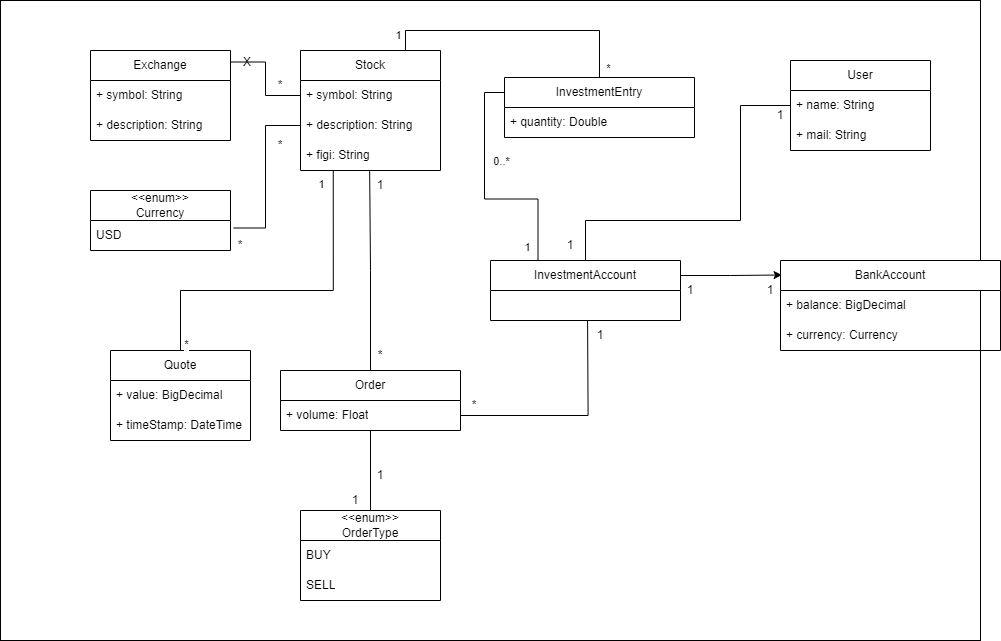
Before: doc/diagrams/domaenenmodell.png, a diagram exported from draw.io (djthomann/FinancePepjekt). Source tidied: cells renumbered, new cells last; positions are measured from the earlier drawing's top-left corner, leaving out a move shared by most shapes.
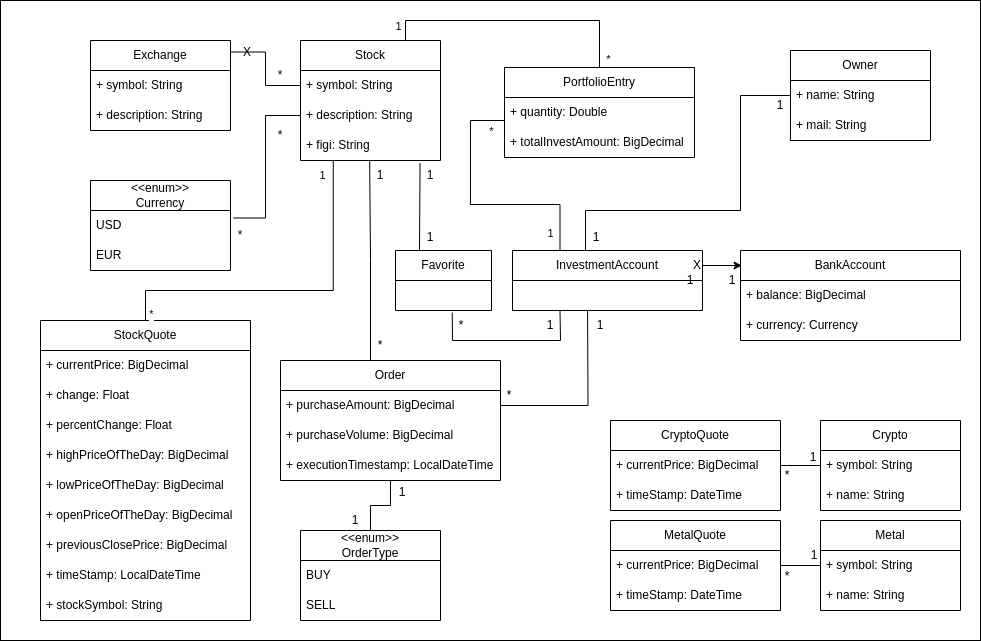
The same file after the commit.

The edit, as a diff of the source:
```diff
@@ -5,3 +5,3 @@
     <mxCell id="2" style="rounded=0;whiteSpace=wrap;html=1;" parent="1" vertex="1">
-      <mxGeometry width="980" height="640" as="geometry" />
+      <mxGeometry y="10" width="980" height="640" as="geometry" />
     </mxCell>
@@ -33,3 +33,3 @@
     <mxCell id="10" value="&amp;lt;&amp;lt;enum&amp;gt;&amp;gt;&lt;br&gt;Currency" style="swimlane;fontStyle=0;horizontal=1;startSize=30;whiteSpace=wrap;html=1;" parent="1" vertex="1">
-      <mxGeometry x="90" y="190" width="140" height="60" as="geometry" />
+      <mxGeometry x="90" y="190" width="140" height="90" as="geometry" />
     </mxCell>
@@ -38,4 +38,7 @@
     </mxCell>
+    <mxCell id="59" value="EUR" style="text;strokeColor=none;fillColor=none;align=left;verticalAlign=middle;spacingLeft=4;spacingRight=4;overflow=hidden;whiteSpace=wrap;html=1;" parent="10" vertex="1">
+      <mxGeometry y="60" width="140" height="30" as="geometry" />
+    </mxCell>
     <mxCell id="12" value="InvestmentAccount" style="swimlane;fontStyle=0;horizontal=1;startSize=30;whiteSpace=wrap;html=1;" parent="1" vertex="1">
-      <mxGeometry x="490" y="260" width="190" height="60" as="geometry" />
+      <mxGeometry x="512" y="260" width="190" height="60" as="geometry" />
     </mxCell>
@@ -51,3 +54,3 @@
     <mxCell id="16" value="BankAccount" style="swimlane;fontStyle=0;horizontal=1;startSize=30;whiteSpace=wrap;html=1;" parent="1" vertex="1">
-      <mxGeometry x="780" y="260" width="220" height="90" as="geometry" />
+      <mxGeometry x="740" y="260" width="220" height="90" as="geometry" />
     </mxCell>
@@ -60,8 +63,14 @@
     <mxCell id="19" value="Order" style="swimlane;fontStyle=0;horizontal=1;startSize=30;whiteSpace=wrap;html=1;" parent="1" vertex="1">
-      <mxGeometry x="280" y="370" width="180" height="60" as="geometry" />
+      <mxGeometry x="280" y="370" width="220" height="120" as="geometry" />
     </mxCell>
-    <mxCell id="20" value="+ volume: Float" style="text;strokeColor=none;fillColor=none;align=left;verticalAlign=middle;spacingLeft=4;spacingRight=4;overflow=hidden;points=[[0,0.5],[1,0.5]];portConstraint=eastwest;whiteSpace=wrap;html=1;" parent="19" vertex="1">
-      <mxGeometry y="30" width="180" height="30" as="geometry" />
+    <mxCell id="20" value="+ purchaseAmount: BigDecimal" style="text;strokeColor=none;fillColor=none;align=left;verticalAlign=middle;spacingLeft=4;spacingRight=4;overflow=hidden;points=[[0,0.5],[1,0.5]];portConstraint=eastwest;whiteSpace=wrap;html=1;" parent="19" vertex="1">
+      <mxGeometry y="30" width="220" height="30" as="geometry" />
     </mxCell>
+    <mxCell id="60" value="+ purchaseVolume: BigDecimal" style="text;strokeColor=none;fillColor=none;align=left;verticalAlign=middle;spacingLeft=4;spacingRight=4;overflow=hidden;whiteSpace=wrap;html=1;" parent="19" vertex="1">
+      <mxGeometry y="60" width="220" height="30" as="geometry" />
+    </mxCell>
+    <mxCell id="61" value="+ executionTimestamp: LocalDateTime" style="text;strokeColor=none;fillColor=none;align=left;verticalAlign=middle;spacingLeft=4;spacingRight=4;overflow=hidden;whiteSpace=wrap;html=1;" parent="19" vertex="1">
+      <mxGeometry y="90" width="220" height="30" as="geometry" />
+    </mxCell>
-    <mxCell id="21" value="User" style="swimlane;fontStyle=0;horizontal=1;startSize=30;whiteSpace=wrap;html=1;" parent="1" vertex="1">
+    <mxCell id="21" value="Owner" style="swimlane;fontStyle=0;horizontal=1;startSize=30;whiteSpace=wrap;html=1;" parent="1" vertex="1">
       <mxGeometry x="790" y="60" width="140" height="90" as="geometry" />
@@ -75,3 +84,3 @@
     <mxCell id="24" value="&amp;lt;&amp;lt;enum&amp;gt;&amp;gt;&lt;br&gt;OrderType" style="swimlane;fontStyle=0;horizontal=1;startSize=30;whiteSpace=wrap;html=1;" parent="1" vertex="1">
-      <mxGeometry x="300" y="510" width="140" height="90" as="geometry" />
+      <mxGeometry x="300" y="540" width="140" height="90" as="geometry" />
     </mxCell>
@@ -96,3 +105,3 @@
     <mxCell id="29" value="1" style="text;html=1;strokeColor=none;fillColor=none;align=center;verticalAlign=middle;whiteSpace=wrap;rounded=0;" parent="1" vertex="1">
-      <mxGeometry x="540" y="230" width="60" height="30" as="geometry" />
+      <mxGeometry x="566" y="232" width="60" height="30" as="geometry" />
     </mxCell>
@@ -102,9 +111,15 @@
     <mxCell id="31" value="1" style="text;html=1;strokeColor=none;fillColor=none;align=center;verticalAlign=middle;whiteSpace=wrap;rounded=0;" parent="1" vertex="1">
-      <mxGeometry x="365" y="470" width="30" height="10" as="geometry" />
+      <mxGeometry x="387" y="497" width="30" height="10" as="geometry" />
     </mxCell>
     <mxCell id="32" value="1" style="text;html=1;strokeColor=none;fillColor=none;align=center;verticalAlign=middle;whiteSpace=wrap;rounded=0;" parent="1" vertex="1">
-      <mxGeometry x="340" y="490" width="30" height="20" as="geometry" />
+      <mxGeometry x="340" y="520" width="30" height="20" as="geometry" />
     </mxCell>
     <mxCell id="33" style="edgeStyle=orthogonalEdgeStyle;rounded=0;jettySize=auto;html=1;exitX=0.5;exitY=0;exitDx=0;exitDy=0;entryX=0.494;entryY=1.022;entryDx=0;entryDy=0;entryPerimeter=0;endArrow=none;endFill=0;" parent="1" edge="1" source="19" target="9">
-      <mxGeometry relative="1" as="geometry" />
+      <mxGeometry relative="1" as="geometry">
+        <Array as="points">
+          <mxPoint x="370" y="370" />
+          <mxPoint x="370" y="270" />
+          <mxPoint x="369" y="270" />
+        </Array>
+      </mxGeometry>
     </mxCell>
@@ -122,3 +137,3 @@
     <mxCell id="37" value="*" style="text;html=1;strokeColor=none;fillColor=none;align=center;verticalAlign=middle;whiteSpace=wrap;rounded=0;" parent="1" vertex="1">
-      <mxGeometry x="444" y="390" width="60" height="30" as="geometry" />
+      <mxGeometry x="479" y="390" width="60" height="30" as="geometry" />
     </mxCell>
@@ -131,3 +146,3 @@
     <mxCell id="40" value="1" style="text;html=1;strokeColor=none;fillColor=none;align=center;verticalAlign=middle;whiteSpace=wrap;rounded=0;" parent="1" vertex="1">
-      <mxGeometry x="740" y="275" width="60" height="30" as="geometry" />
+      <mxGeometry x="702" y="275" width="60" height="30" as="geometry" />
     </mxCell>
@@ -154,16 +169,37 @@
     </mxCell>
-    <mxCell id="48" value="Quote" style="swimlane;fontStyle=0;horizontal=1;startSize=30;whiteSpace=wrap;html=1;" parent="1" vertex="1">
-      <mxGeometry x="110" y="350" width="140" height="90" as="geometry" />
+    <mxCell id="48" value="StockQuote" style="swimlane;fontStyle=0;horizontal=1;startSize=30;whiteSpace=wrap;html=1;" parent="1" vertex="1">
+      <mxGeometry x="40" y="330" width="210" height="300" as="geometry" />
     </mxCell>
-    <mxCell id="49" value="+ value: BigDecimal" style="text;strokeColor=none;fillColor=none;align=left;verticalAlign=middle;spacingLeft=4;spacingRight=4;overflow=hidden;whiteSpace=wrap;html=1;" parent="48" vertex="1">
-      <mxGeometry y="30" width="140" height="30" as="geometry" />
+    <mxCell id="49" value="+ currentPrice: BigDecimal" style="text;strokeColor=none;fillColor=none;align=left;verticalAlign=middle;spacingLeft=4;spacingRight=4;overflow=hidden;whiteSpace=wrap;html=1;" parent="48" vertex="1">
+      <mxGeometry y="30" width="210" height="30" as="geometry" />
     </mxCell>
-    <mxCell id="50" value="+ timeStamp: DateTime" style="text;strokeColor=none;fillColor=none;align=left;verticalAlign=middle;spacingLeft=4;spacingRight=4;overflow=hidden;whiteSpace=wrap;html=1;" parent="48" vertex="1">
-      <mxGeometry y="60" width="140" height="30" as="geometry" />
+    <mxCell id="50" value="+ change: Float" style="text;strokeColor=none;fillColor=none;align=left;verticalAlign=middle;spacingLeft=4;spacingRight=4;overflow=hidden;whiteSpace=wrap;html=1;" parent="48" vertex="1">
+      <mxGeometry y="60" width="210" height="30" as="geometry" />
     </mxCell>
+    <mxCell id="62" value="+ percentChange: Float" style="text;strokeColor=none;fillColor=none;align=left;verticalAlign=middle;spacingLeft=4;spacingRight=4;overflow=hidden;whiteSpace=wrap;html=1;" parent="48" vertex="1">
+      <mxGeometry y="90" width="210" height="30" as="geometry" />
+    </mxCell>
+    <mxCell id="63" value="+ highPriceOfTheDay: BigDecimal" style="text;strokeColor=none;fillColor=none;align=left;verticalAlign=middle;spacingLeft=4;spacingRight=4;overflow=hidden;whiteSpace=wrap;html=1;" parent="48" vertex="1">
+      <mxGeometry y="120" width="210" height="30" as="geometry" />
+    </mxCell>
+    <mxCell id="64" value="+ lowPriceOfTheDay: BigDecimal" style="text;strokeColor=none;fillColor=none;align=left;verticalAlign=middle;spacingLeft=4;spacingRight=4;overflow=hidden;whiteSpace=wrap;html=1;" parent="48" vertex="1">
+      <mxGeometry y="150" width="210" height="30" as="geometry" />
+    </mxCell>
+    <mxCell id="65" value="+ openPriceOfTheDay: BigDecimal" style="text;strokeColor=none;fillColor=none;align=left;verticalAlign=middle;spacingLeft=4;spacingRight=4;overflow=hidden;whiteSpace=wrap;html=1;" parent="48" vertex="1">
+      <mxGeometry y="180" width="210" height="30" as="geometry" />
+    </mxCell>
+    <mxCell id="66" value="+ previousClosePrice: BigDecimal" style="text;strokeColor=none;fillColor=none;align=left;verticalAlign=middle;spacingLeft=4;spacingRight=4;overflow=hidden;whiteSpace=wrap;html=1;" parent="48" vertex="1">
+      <mxGeometry y="210" width="210" height="30" as="geometry" />
+    </mxCell>
+    <mxCell id="67" value="+ timeStamp: LocalDateTime" style="text;strokeColor=none;fillColor=none;align=left;verticalAlign=middle;spacingLeft=4;spacingRight=4;overflow=hidden;whiteSpace=wrap;html=1;" parent="48" vertex="1">
+      <mxGeometry y="240" width="210" height="30" as="geometry" />
+    </mxCell>
+    <mxCell id="68" value="+ stockSymbol: String" style="text;strokeColor=none;fillColor=none;align=left;verticalAlign=middle;spacingLeft=4;spacingRight=4;overflow=hidden;whiteSpace=wrap;html=1;" parent="48" vertex="1">
+      <mxGeometry y="270" width="210" height="30" as="geometry" />
+    </mxCell>
-    <mxCell id="51" style="edgeStyle=orthogonalEdgeStyle;rounded=0;jettySize=auto;html=1;entryX=0.234;entryY=1.01;entryDx=0;entryDy=0;entryPerimeter=0;endArrow=none;endFill=0;" parent="1" edge="1" source="48" target="9">
+    <mxCell id="51" style="edgeStyle=orthogonalEdgeStyle;rounded=0;jettySize=auto;html=1;entryX=0.234;entryY=1.01;entryDx=0;entryDy=0;entryPerimeter=0;endArrow=none;endFill=0;exitX=0.5;exitY=0;exitDx=0;exitDy=0;" parent="1" edge="1" source="48" target="9">
       <mxGeometry relative="1" as="geometry">
         <Array as="points">
-          <mxPoint x="180" y="290" />
-          <mxPoint x="333" y="290" />
+          <mxPoint x="145" y="300" />
+          <mxPoint x="333" y="300" />
         </Array>
@@ -181,4 +217,4 @@
     </mxCell>
-    <mxCell id="54" value="InvestmentEntry" style="swimlane;fontStyle=0;horizontal=1;startSize=30;whiteSpace=wrap;html=1;" parent="1" vertex="1">
-      <mxGeometry x="504" y="77" width="190" height="60" as="geometry" />
+    <mxCell id="54" value="PortfolioEntry" style="swimlane;fontStyle=0;horizontal=1;startSize=30;whiteSpace=wrap;html=1;" parent="1" vertex="1">
+      <mxGeometry x="504" y="77" width="190" height="90" as="geometry" />
     </mxCell>
@@ -187,4 +223,14 @@
     </mxCell>
+    <mxCell id="69" value="+ totalInvestAmount: BigDecimal" style="text;strokeColor=none;fillColor=none;align=left;verticalAlign=middle;spacingLeft=4;spacingRight=4;overflow=hidden;whiteSpace=wrap;html=1;" parent="54" vertex="1">
+      <mxGeometry y="60" width="190" height="30" as="geometry" />
+    </mxCell>
     <mxCell id="56" style="edgeStyle=orthogonalEdgeStyle;rounded=0;jettySize=auto;html=1;exitX=0;exitY=0.25;exitDx=0;exitDy=0;entryX=0.25;entryY=0;entryDx=0;entryDy=0;endArrow=none;endFill=0;" parent="1" edge="1" source="54" target="12">
-      <mxGeometry relative="1" as="geometry" />
+      <mxGeometry relative="1" as="geometry">
+        <Array as="points">
+          <mxPoint x="504" y="130" />
+          <mxPoint x="470" y="130" />
+          <mxPoint x="470" y="214" />
+          <mxPoint x="559" y="214" />
+        </Array>
+      </mxGeometry>
     </mxCell>
@@ -195,7 +241,91 @@
     </mxCell>
-    <mxCell id="58" value="0..*" style="edgeLabel;html=1;align=center;verticalAlign=middle;" parent="56" vertex="1">
+    <mxCell id="58" value="*" style="edgeLabel;html=1;align=center;verticalAlign=middle;" parent="56" vertex="1">
       <mxGeometry x="-0.85" y="1" relative="1" as="geometry">
-        <mxPoint x="15" y="67" as="offset" />
+        <mxPoint x="-15" y="18" as="offset" />
       </mxGeometry>
     </mxCell>
+    <mxCell id="70" value="X" style="text;html=1;strokeColor=none;fillColor=none;align=center;verticalAlign=middle;whiteSpace=wrap;rounded=0;" parent="1" vertex="1">
+      <mxGeometry x="667" y="260" width="60" height="30" as="geometry" />
+    </mxCell>
+    <mxCell id="71" value="Crypto" style="swimlane;fontStyle=0;horizontal=1;startSize=30;whiteSpace=wrap;html=1;" parent="1" vertex="1">
+      <mxGeometry x="820" y="430" width="140" height="90" as="geometry" />
+    </mxCell>
+    <mxCell id="72" value="+ symbol: String" style="text;strokeColor=none;fillColor=none;align=left;verticalAlign=middle;spacingLeft=4;spacingRight=4;overflow=hidden;points=[[0,0.5],[1,0.5]];portConstraint=eastwest;whiteSpace=wrap;html=1;" parent="71" vertex="1">
+      <mxGeometry y="30" width="140" height="30" as="geometry" />
+    </mxCell>
+    <mxCell id="73" value="+ name: String" style="text;strokeColor=none;fillColor=none;align=left;verticalAlign=middle;spacingLeft=4;spacingRight=4;overflow=hidden;whiteSpace=wrap;html=1;" parent="71" vertex="1">
+      <mxGeometry y="60" width="140" height="30" as="geometry" />
+    </mxCell>
+    <mxCell id="74" value="CryptoQuote" style="swimlane;fontStyle=0;horizontal=1;startSize=30;whiteSpace=wrap;html=1;" parent="1" vertex="1">
+      <mxGeometry x="610" y="430" width="170" height="90" as="geometry" />
+    </mxCell>
+    <mxCell id="75" value="+ currentPrice: BigDecimal" style="text;strokeColor=none;fillColor=none;align=left;verticalAlign=middle;spacingLeft=4;spacingRight=4;overflow=hidden;points=[[0,0.5],[1,0.5]];portConstraint=eastwest;whiteSpace=wrap;html=1;" parent="74" vertex="1">
+      <mxGeometry y="30" width="170" height="30" as="geometry" />
+    </mxCell>
+    <mxCell id="76" value="+ timeStamp: DateTime" style="text;strokeColor=none;fillColor=none;align=left;verticalAlign=middle;spacingLeft=4;spacingRight=4;overflow=hidden;whiteSpace=wrap;html=1;" parent="74" vertex="1">
+      <mxGeometry y="60" width="170" height="30" as="geometry" />
+    </mxCell>
+    <mxCell id="77" value="MetalQuote" style="swimlane;fontStyle=0;horizontal=1;startSize=30;whiteSpace=wrap;html=1;" parent="1" vertex="1">
+      <mxGeometry x="610" y="530" width="170" height="90" as="geometry" />
+    </mxCell>
+    <mxCell id="78" value="+ currentPrice: BigDecimal" style="text;strokeColor=none;fillColor=none;align=left;verticalAlign=middle;spacingLeft=4;spacingRight=4;overflow=hidden;points=[[0,0.5],[1,0.5]];portConstraint=eastwest;whiteSpace=wrap;html=1;" parent="77" vertex="1">
+      <mxGeometry y="30" width="170" height="30" as="geometry" />
+    </mxCell>
+    <mxCell id="79" value="+ timeStamp: DateTime" style="text;strokeColor=none;fillColor=none;align=left;verticalAlign=middle;spacingLeft=4;spacingRight=4;overflow=hidden;whiteSpace=wrap;html=1;" parent="77" vertex="1">
+      <mxGeometry y="60" width="170" height="30" as="geometry" />
+    </mxCell>
+    <mxCell id="80" value="Metal" style="swimlane;fontStyle=0;horizontal=1;startSize=30;whiteSpace=wrap;html=1;" parent="1" vertex="1">
+      <mxGeometry x="820" y="530" width="140" height="90" as="geometry" />
+    </mxCell>
+    <mxCell id="81" value="+ symbol: String" style="text;strokeColor=none;fillColor=none;align=left;verticalAlign=middle;spacingLeft=4;spacingRight=4;overflow=hidden;points=[[0,0.5],[1,0.5]];portConstraint=eastwest;whiteSpace=wrap;html=1;" parent="80" vertex="1">
+      <mxGeometry y="30" width="140" height="30" as="geometry" />
+    </mxCell>
+    <mxCell id="82" value="+ name: String" style="text;strokeColor=none;fillColor=none;align=left;verticalAlign=middle;spacingLeft=4;spacingRight=4;overflow=hidden;whiteSpace=wrap;html=1;" parent="80" vertex="1">
+      <mxGeometry y="60" width="140" height="30" as="geometry" />
+    </mxCell>
+    <mxCell id="83" style="endArrow=none;html=1;rounded=0;exitX=1;exitY=0.5;exitDx=0;exitDy=0;entryX=0;entryY=0.5;entryDx=0;entryDy=0;" parent="1" edge="1" source="75" target="72">
+      <mxGeometry relative="1" as="geometry" />
+    </mxCell>
+    <mxCell id="84" style="endArrow=none;html=1;rounded=0;exitX=1;exitY=0.5;exitDx=0;exitDy=0;entryX=0;entryY=0.5;entryDx=0;entryDy=0;" parent="1" edge="1" source="78" target="81">
+      <mxGeometry relative="1" as="geometry" />
+    </mxCell>
+    <mxCell id="85" value="1" style="text;html=1;strokeColor=none;fillColor=none;align=center;verticalAlign=middle;whiteSpace=wrap;rounded=0;" parent="1" vertex="1">
+      <mxGeometry x="783" y="452" width="60" height="30" as="geometry" />
+    </mxCell>
+    <mxCell id="86" value="1" style="text;html=1;strokeColor=none;fillColor=none;align=center;verticalAlign=middle;whiteSpace=wrap;rounded=0;" parent="1" vertex="1">
+      <mxGeometry x="784" y="550" width="60" height="30" as="geometry" />
+    </mxCell>
+    <mxCell id="87" value="*" style="text;html=1;strokeColor=none;fillColor=none;align=center;verticalAlign=middle;whiteSpace=wrap;rounded=0;" parent="1" vertex="1">
+      <mxGeometry x="757" y="571" width="60" height="30" as="geometry" />
+    </mxCell>
+    <mxCell id="88" value="*" style="text;html=1;strokeColor=none;fillColor=none;align=center;verticalAlign=middle;whiteSpace=wrap;rounded=0;" parent="1" vertex="1">
+      <mxGeometry x="757" y="470" width="60" height="30" as="geometry" />
+    </mxCell>
+    <mxCell id="89" value="Favorite" style="swimlane;fontStyle=0;horizontal=1;startSize=30;whiteSpace=wrap;html=1;" parent="1" vertex="1">
+      <mxGeometry x="395" y="260" width="96" height="60" as="geometry" />
+    </mxCell>
+    <mxCell id="90" style="endArrow=none;html=1;rounded=0;entryX=0.25;entryY=1;entryDx=0;entryDy=0;exitX=0.591;exitY=1.068;exitDx=0;exitDy=0;exitPerimeter=0;" parent="1" edge="1" target="12">
+      <mxGeometry relative="1" as="geometry">
+        <mxPoint x="451.7" y="322" as="sourcePoint" />
+        <Array as="points">
+          <mxPoint x="452" y="350" />
+          <mxPoint x="560" y="350" />
+        </Array>
+      </mxGeometry>
+    </mxCell>
+    <mxCell id="91" style="endArrow=none;html=1;rounded=0;entryX=0.854;entryY=1.083;entryDx=0;entryDy=0;entryPerimeter=0;exitX=0.25;exitY=0;exitDx=0;exitDy=0;" parent="1" edge="1" source="89" target="9">
+      <mxGeometry relative="1" as="geometry" />
+    </mxCell>
+    <mxCell id="92" value="1" style="text;html=1;strokeColor=none;fillColor=none;align=center;verticalAlign=middle;whiteSpace=wrap;rounded=0;" parent="1" vertex="1">
+      <mxGeometry x="400" y="232" width="60" height="30" as="geometry" />
+    </mxCell>
+    <mxCell id="93" value="1" style="text;html=1;strokeColor=none;fillColor=none;align=center;verticalAlign=middle;whiteSpace=wrap;rounded=0;" parent="1" vertex="1">
+      <mxGeometry x="400" y="170" width="60" height="30" as="geometry" />
+    </mxCell>
+    <mxCell id="94" value="1" style="text;html=1;strokeColor=none;fillColor=none;align=center;verticalAlign=middle;whiteSpace=wrap;rounded=0;" parent="1" vertex="1">
+      <mxGeometry x="520" y="320" width="60" height="30" as="geometry" />
+    </mxCell>
+    <mxCell id="95" value="*" style="text;html=1;strokeColor=none;fillColor=none;align=center;verticalAlign=middle;whiteSpace=wrap;rounded=0;" parent="1" vertex="1">
+      <mxGeometry x="431" y="320" width="60" height="30" as="geometry" />
+    </mxCell>
   </root>
```
